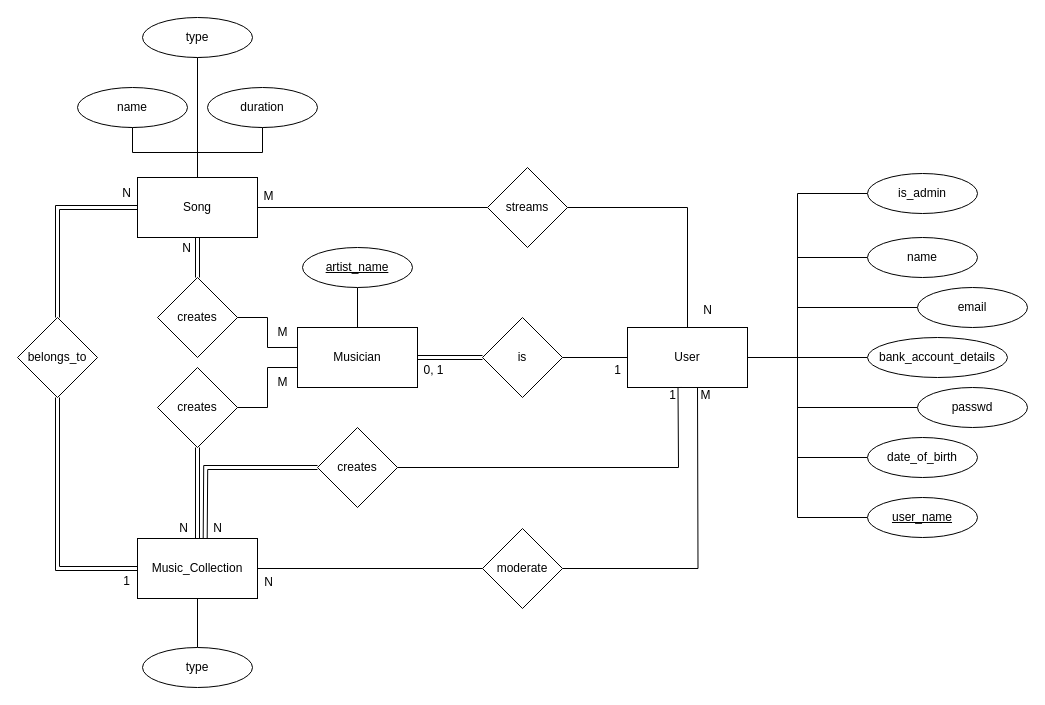
This is PRJ1.2-ERM.drawio from Fontys-PRJ/PRJ1, a draw.io file, before an edit. Source tidied: cells renumbered, new cells numbered last; positions are measured from the earlier drawing's top-left corner, leaving out a move shared by most shapes. Both pictures are drawn from the tidied source at 100%, with x=0, y=0 at pixel (17, 17).
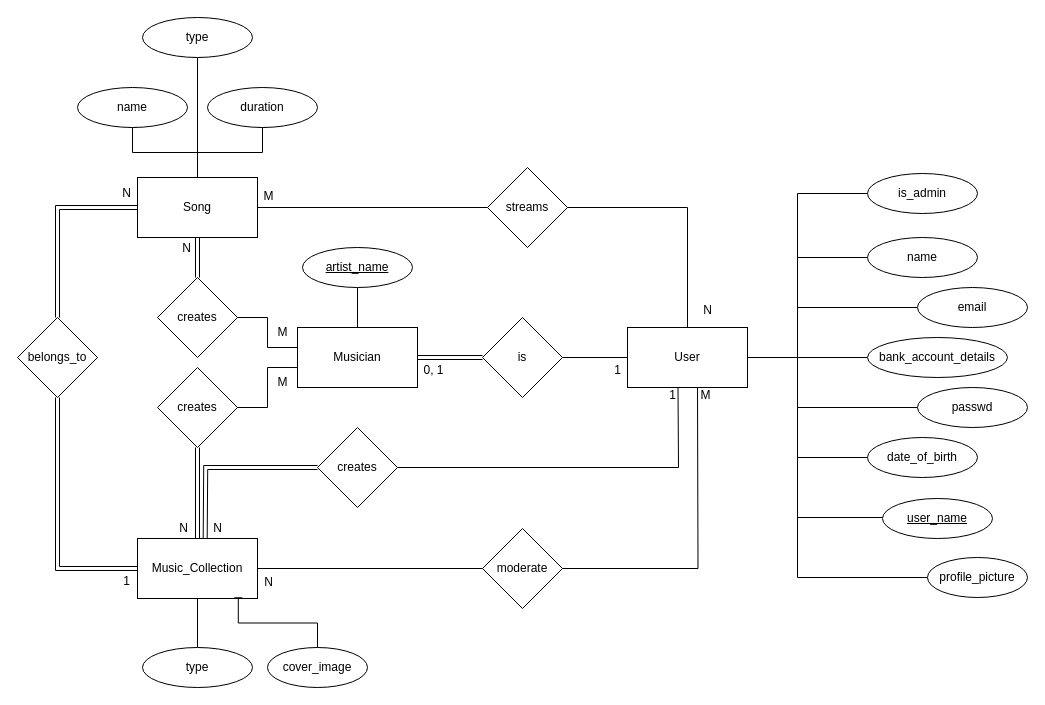
Above is the later version.

Unchanged cells that the change refers to:
```xml
<mxCell id="6" value="Music_Collection" style="rounded=0;whiteSpace=wrap;html=1;" parent="1" vertex="1">
  <mxGeometry x="120" y="521" width="120" height="60" as="geometry" />
</mxCell>
<mxCell id="12" value="User" style="rounded=0;whiteSpace=wrap;html=1;" parent="1" vertex="1">
  <mxGeometry x="610" y="310" width="120" height="60" as="geometry" />
</mxCell>
```

The edit, as a diff of the source:
```diff
@@
+    <mxCell id="65" style="edgeStyle=orthogonalEdgeStyle;rounded=0;jettySize=auto;html=1;exitX=0;exitY=0.5;exitDx=0;exitDy=0;entryX=1;entryY=0.5;entryDx=0;entryDy=0;endArrow=baseDash;endFill=0;" parent="1" edge="1" source="68" target="12">
+      <mxGeometry relative="1" as="geometry">
+        <Array as="points">
+          <mxPoint x="780" y="560" />
+          <mxPoint x="780" y="340" />
+        </Array>
+      </mxGeometry>
+    </mxCell>
@@
     <mxCell id="38" value="&lt;u&gt;user_name&lt;/u&gt;" style="ellipse;whiteSpace=wrap;html=1;" parent="1" vertex="1">
-      <mxGeometry x="850" y="480" width="110" height="40" as="geometry" />
+      <mxGeometry x="865" y="481" width="110" height="40" as="geometry" />
     </mxCell>
@@
+    <mxCell id="66" value="cover_image" style="ellipse;whiteSpace=wrap;html=1;align=center;" parent="1" vertex="1">
+      <mxGeometry x="250" y="630" width="100" height="40" as="geometry" />
+    </mxCell>
+    <mxCell id="67" style="edgeStyle=orthogonalEdgeStyle;rounded=0;jettySize=auto;html=1;exitX=0.5;exitY=0;exitDx=0;exitDy=0;entryX=0.84;entryY=0.988;entryDx=0;entryDy=0;entryPerimeter=0;endArrow=baseDash;endFill=0;" parent="1" edge="1" source="66" target="6">
+      <mxGeometry relative="1" as="geometry" />
+    </mxCell>
+    <mxCell id="68" value="profile_picture" style="ellipse;whiteSpace=wrap;html=1;align=center;" parent="1" vertex="1">
+      <mxGeometry x="910" y="540" width="100" height="40" as="geometry" />
+    </mxCell>
```
